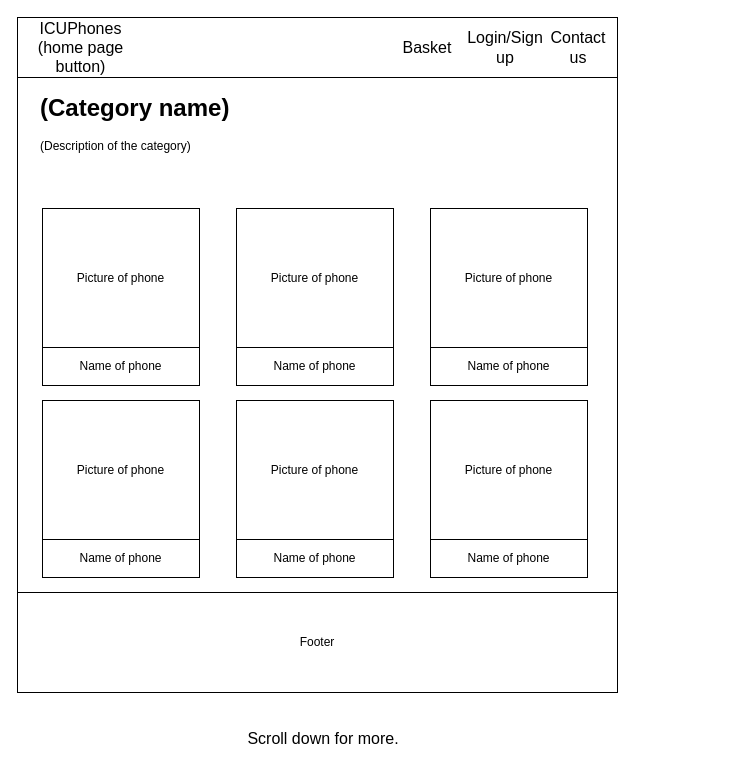
Before: page "Category page" (3 of 8) of wireframes/Wireframe design B.drawio in Adam-Spenton/unit_13_assignment_2_Adam_Spenton, a draw.io diagram. Source tidied: cells renumbered, new cells numbered last; positions are measured from the earlier drawing's top-left corner, leaving out a move shared by most shapes. Both pictures are drawn from the tidied source at 100%, with x=0, y=0 at pixel (17, 17).
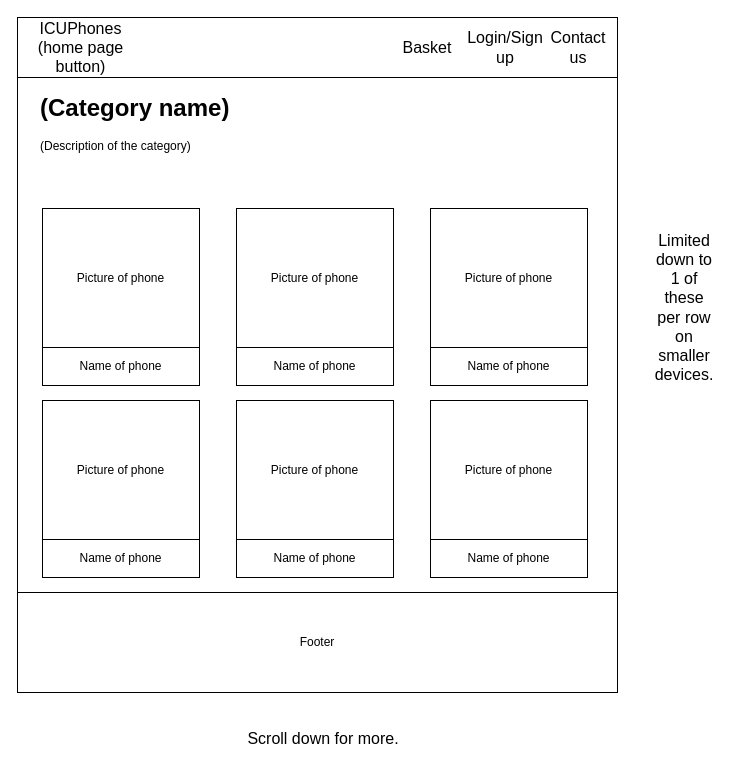
After the change.

Diff of the diagram source:
```diff
@@
+    <mxCell id="23" value="Limited down to 1 of these per row on smaller devices." style="text;html=1;align=center;verticalAlign=middle;whiteSpace=wrap;rounded=0;fontSize=16;" parent="1" vertex="1">
+      <mxGeometry x="637" y="275" width="60" height="30" as="geometry" />
+    </mxCell>
```
